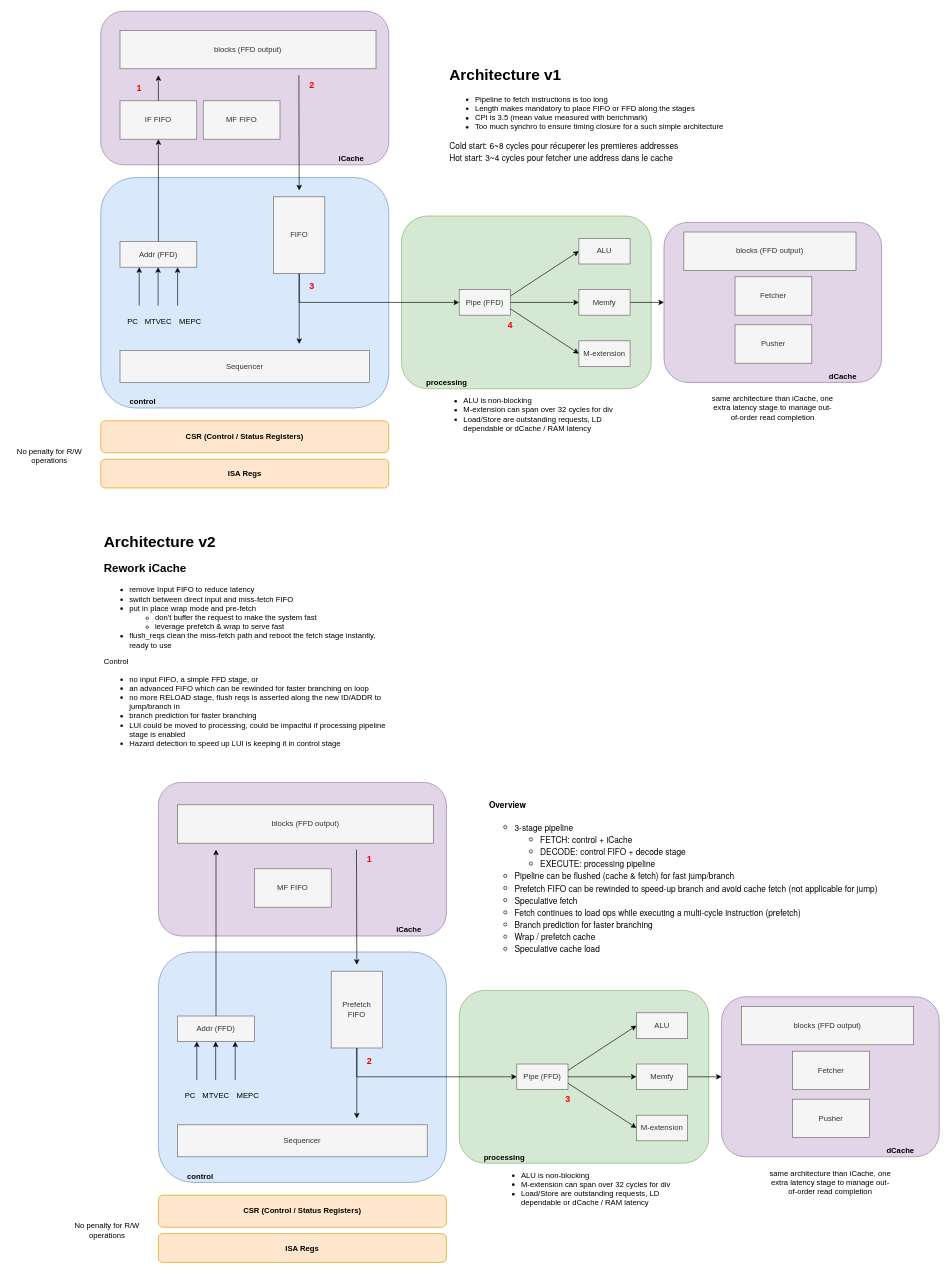
This is page "Archi Overview" (1 of 13) of doc/friscv.drawio from dpretet/friscv, a draw.io file, before an edit. Source tidied: cells renumbered, new cells numbered last; positions are measured from the earlier drawing's top-left corner, leaving out a move shared by most shapes. Both pictures are drawn from the tidied source at 64%, with x=0, y=0 at pixel (11, 11).
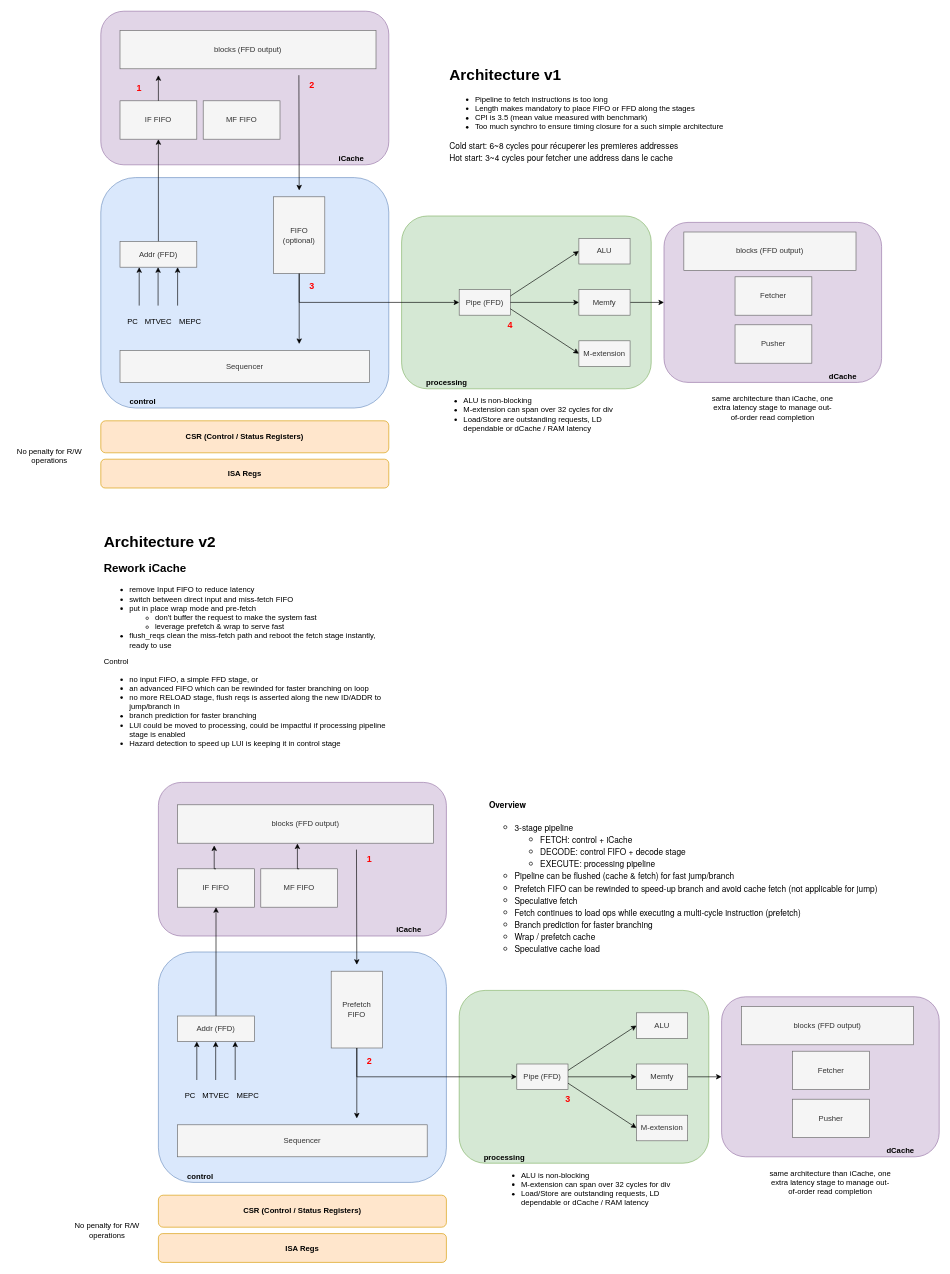
The same page after the edit.

The change refers to these unchanged cells:
```xml
<mxCell id="60" value="Addr (FFD)" style="rounded=0;whiteSpace=wrap;html=1;fillColor=#f5f5f5;fontColor=#333333;strokeColor=#666666;" parent="1" vertex="1">
  <mxGeometry x="260" y="1570" width="120" height="40" as="geometry" />
</mxCell>
<mxCell id="67" value="blocks (FFD output)" style="rounded=0;whiteSpace=wrap;html=1;fillColor=#f5f5f5;fontColor=#333333;strokeColor=#666666;" parent="1" vertex="1">
  <mxGeometry x="260" y="1240" width="400" height="60" as="geometry" />
</mxCell>
```

Diff of the diagram source:
```diff
@@
-    <mxCell id="5" value="FIFO" style="rounded=0;whiteSpace=wrap;html=1;fillColor=#f5f5f5;fontColor=#333333;strokeColor=#666666;" parent="1" vertex="1">
+    <mxCell id="5" value="FIFO&lt;br&gt;(optional)" style="rounded=0;whiteSpace=wrap;html=1;fillColor=#f5f5f5;fontColor=#333333;strokeColor=#666666;" parent="1" vertex="1">
       <mxGeometry x="410" y="290" width="80" height="120" as="geometry" />
     </mxCell>
@@
-    <mxCell id="59" style="edgeStyle=orthogonalEdgeStyle;rounded=0;jettySize=auto;html=1;exitX=0.5;exitY=0;exitDx=0;exitDy=0;" parent="1" edge="1" source="60">
-      <mxGeometry relative="1" as="geometry">
-        <mxPoint x="320" y="1310" as="targetPoint" />
-      </mxGeometry>
-    </mxCell>
+    <mxCell id="84" style="edgeStyle=orthogonalEdgeStyle;rounded=0;jettySize=auto;html=1;exitX=0.5;exitY=0;exitDx=0;exitDy=0;entryX=0.5;entryY=1;entryDx=0;entryDy=0;" parent="1" edge="1" source="60" target="85">
+      <mxGeometry relative="1" as="geometry" />
+    </mxCell>
@@
     <mxCell id="83" value="MF FIFO" style="rounded=0;whiteSpace=wrap;html=1;fillColor=#f5f5f5;fontColor=#333333;strokeColor=#666666;" parent="1" vertex="1">
-      <mxGeometry x="380" y="1340" width="120" height="60" as="geometry" />
+      <mxGeometry x="390" y="1340" width="120" height="60" as="geometry" />
     </mxCell>
+    <mxCell id="85" value="IF FIFO" style="rounded=0;whiteSpace=wrap;html=1;fillColor=#f5f5f5;fontColor=#333333;strokeColor=#666666;" parent="1" vertex="1">
+      <mxGeometry x="260" y="1340" width="120" height="60" as="geometry" />
+    </mxCell>
+    <mxCell id="86" style="edgeStyle=orthogonalEdgeStyle;rounded=0;jettySize=auto;html=1;exitX=0.5;exitY=0;exitDx=0;exitDy=0;entryX=0.143;entryY=1.058;entryDx=0;entryDy=0;entryPerimeter=0;" parent="1" edge="1" source="85" target="67">
+      <mxGeometry relative="1" as="geometry" />
+    </mxCell>
+    <mxCell id="87" style="edgeStyle=orthogonalEdgeStyle;rounded=0;jettySize=auto;html=1;exitX=0.5;exitY=0;exitDx=0;exitDy=0;entryX=0.468;entryY=1.008;entryDx=0;entryDy=0;entryPerimeter=0;" parent="1" edge="1" source="83" target="67">
+      <mxGeometry relative="1" as="geometry" />
+    </mxCell>
```
